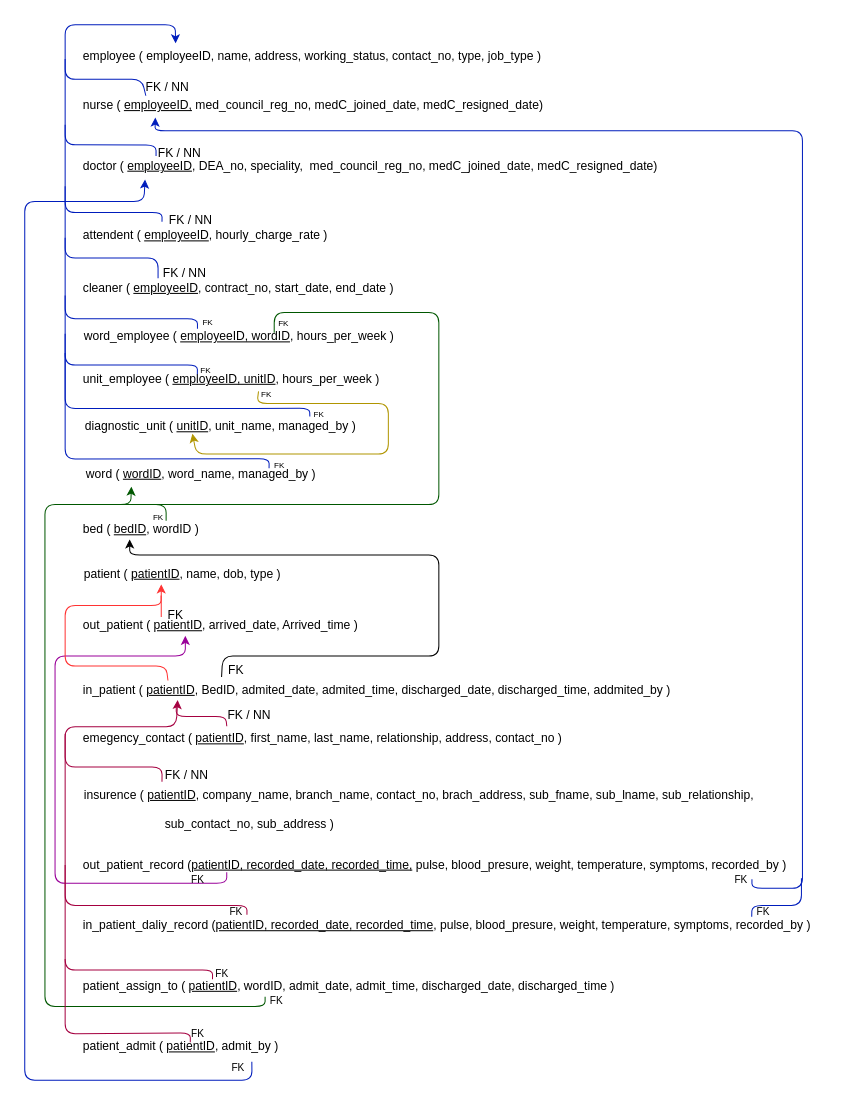
This is page "RM Page 1" (2 of 3) of ERD_and _Relational_mapping/G28-2.drawio from Janithpm/1203AssignmentGroup28, a draw.io file, before an edit. Source tidied: cells renumbered, new cells numbered last; positions are measured from the earlier drawing's top-left corner, leaving out a move shared by most shapes. Both pictures are drawn from the tidied source at 101%, with x=0, y=0 at pixel (24, 24).
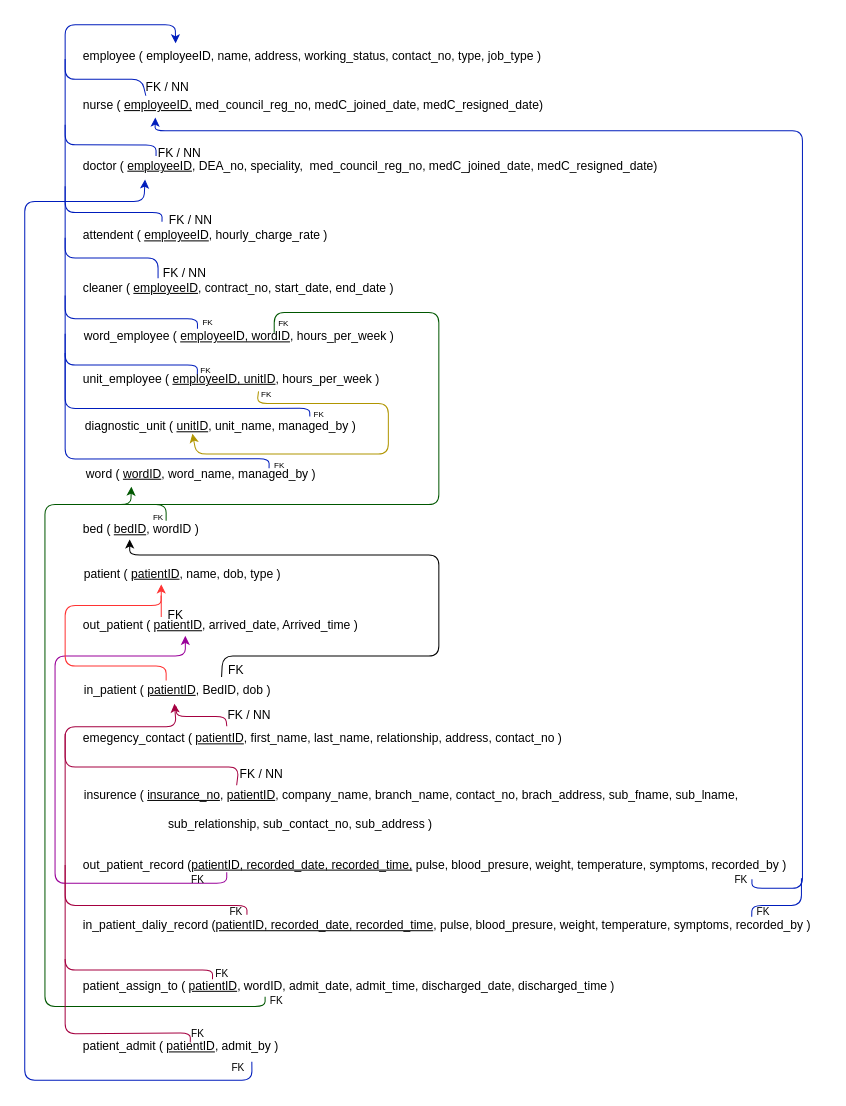
The same diagram, later.

The edit, as a diff of the source:
```diff
@@
-    <mxCell id="2" value="&lt;font style=&quot;font-size: 12px&quot;&gt;in_patient ( &lt;u&gt;patientID&lt;/u&gt;, BedID, admited_date, admited_time,&amp;nbsp;discharged_date, discharged_time, addmited_by )&lt;br&gt;&lt;/font&gt;" style="text;html=1;align=left;verticalAlign=middle;points=[];strokeColor=none;fillColor=none;" parent="1" vertex="1">
-      <mxGeometry x="56" y="649" width="600" height="20" as="geometry" />
+    <mxCell id="2" value="&lt;font style=&quot;font-size: 12px&quot;&gt;in_patient ( &lt;u&gt;patientID&lt;/u&gt;, BedID, dob )&lt;br&gt;&lt;/font&gt;" style="text;html=1;align=left;verticalAlign=middle;points=[];strokeColor=none;fillColor=none;" parent="1" vertex="1">
+      <mxGeometry x="57" y="649" width="200" height="20" as="geometry" />
     </mxCell>
@@
-    <mxCell id="6" value="insurence ( &lt;u&gt;patientID&lt;/u&gt;, company_name, branch_name, contact_no, brach_address, sub_fname, sub_lname, sub_relationship,&lt;br&gt;&lt;span style=&quot;white-space: pre&quot;&gt;&#9;&lt;/span&gt;&lt;span style=&quot;white-space: pre&quot;&gt;&#9;&lt;/span&gt;&lt;span style=&quot;white-space: pre&quot;&gt;&#9;&lt;/span&gt;&lt;br&gt;&lt;span style=&quot;white-space: pre&quot;&gt;&#9;&lt;/span&gt;&lt;span style=&quot;white-space: pre&quot;&gt;&#9;&lt;/span&gt;&lt;span style=&quot;white-space: pre&quot;&gt;&#9;&lt;/span&gt;sub_contact_no, sub_address )" style="text;html=1;align=left;verticalAlign=middle;points=[];strokeColor=none;fillColor=none;" parent="1" vertex="1">
-      <mxGeometry x="57" y="752" width="680" height="50" as="geometry" />
+    <mxCell id="6" value="insurence ( &lt;u&gt;insurance_no&lt;/u&gt;,&amp;nbsp;&lt;u&gt;patientID&lt;/u&gt;, company_name, branch_name, contact_no, brach_address, sub_fname, sub_lname,&lt;br&gt;&lt;br&gt;&lt;span style=&quot;white-space: pre&quot;&gt;&#9;&lt;/span&gt;&lt;span style=&quot;white-space: pre&quot;&gt;&#9;&lt;/span&gt;&lt;span style=&quot;white-space: pre&quot;&gt;&#9;&lt;/span&gt;&amp;nbsp;sub_relationship, sub_contact_no, sub_address )" style="text;html=1;align=left;verticalAlign=middle;points=[];strokeColor=none;fillColor=none;" parent="1" vertex="1">
+      <mxGeometry x="57" y="752" width="660" height="50" as="geometry" />
     </mxCell>
-    <mxCell id="7" style="endArrow=classic;html=1;entryX=0.159;entryY=0.98;entryDx=0;entryDy=0;entryPerimeter=0;exitX=0.116;exitY=-0.052;exitDx=0;exitDy=0;exitPerimeter=0;fillColor=#d80073;strokeColor=#A50040;" parent="1" edge="1" source="6" target="2">
+    <mxCell id="7" style="endArrow=classic;html=1;entryX=0.456;entryY=1.16;entryDx=0;entryDy=0;entryPerimeter=0;exitX=0.097;exitY=1.05;exitDx=0;exitDy=0;exitPerimeter=0;fillColor=#d80073;strokeColor=#A50040;" parent="1" edge="1" source="8" target="2">
       <mxGeometry relative="1" as="geometry">
         <Array as="points">
-          <mxPoint x="136" y="735" />
+          <mxPoint x="212" y="735" />
           <mxPoint x="40" y="735" />
           <mxPoint x="40" y="695" />
           <mxPoint x="150" y="695" />
         </Array>
       </mxGeometry>
     </mxCell>
     <mxCell id="8" value="FK / NN" style="text;html=1;align=center;verticalAlign=middle;points=[];strokeColor=none;fillColor=none;" parent="1" vertex="1">
-      <mxGeometry x="130" y="733" width="60" height="20" as="geometry" />
+      <mxGeometry x="204" y="732" width="60" height="20" as="geometry" />
     </mxCell>
@@
-    <mxCell id="46" style="endArrow=none;html=1;exitX=0.143;exitY=0.011;exitDx=0;exitDy=0;exitPerimeter=0;fillColor=#a20025;strokeColor=#FF3333;" parent="1" edge="1" source="2">
+    <mxCell id="46" style="endArrow=none;html=1;exitX=0.415;exitY=0.011;exitDx=0;exitDy=0;exitPerimeter=0;fillColor=#a20025;strokeColor=#FF3333;" parent="1" edge="1" source="2">
       <mxGeometry relative="1" as="geometry">
         <mxPoint x="135" y="565" as="targetPoint" />
         <Array as="points">
           <mxPoint x="140" y="635" />
           <mxPoint x="40" y="635" />
           <mxPoint x="40" y="575" />
           <mxPoint x="135" y="575" />
         </Array>
       </mxGeometry>
     </mxCell>
```
